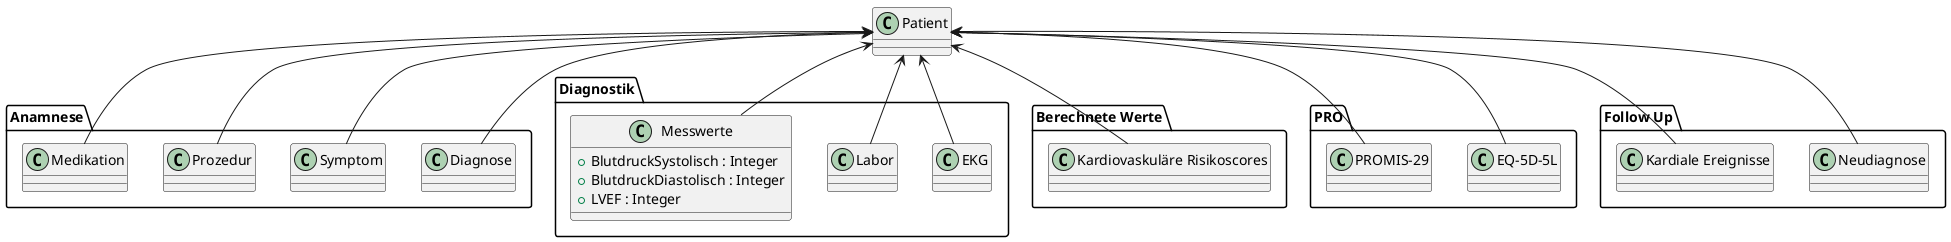
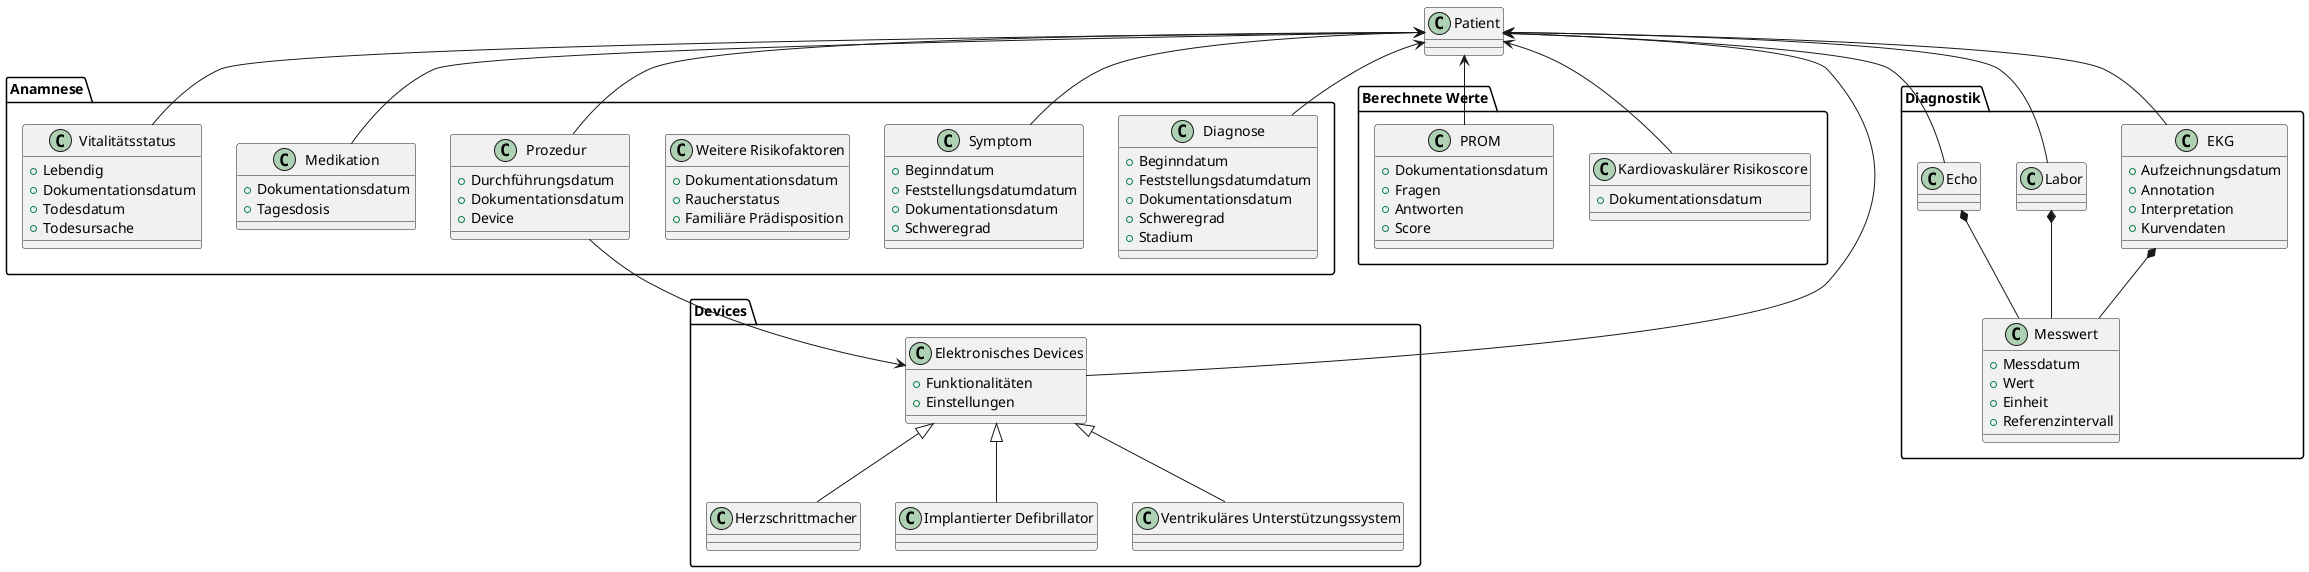
@startuml

class Patient {}

package Anamnese {
-   class Diagnose {}
-   class Symptom {}
-   class Prozedur {}
-   class Medikation {}
- }
+   class Diagnose {
+     + Beginndatum
+     + Feststellungsdatumdatum
+     + Dokumentationsdatum
+     + Schweregrad
+     + Stadium
+   }

- package Diagnostik {
-   class EKG {}
-   class Labor {}
-   class Messwerte {
-     +BlutdruckSystolisch : Integer
-     +BlutdruckDiastolisch : Integer
-     +LVEF : Integer
+   class Symptom {
+     + Beginndatum
+     + Feststellungsdatumdatum
+     + Dokumentationsdatum
+     + Schweregrad
+   }
+   class "Weitere Risikofaktoren" as Risikofaktoren {
+     + Dokumentationsdatum
+     + Raucherstatus
+     + Familiäre Prädisposition
+   }
+ 
+   class Prozedur {
+     + Durchführungsdatum
+     + Dokumentationsdatum
+     + Device
+   }
+   class Medikation {
+     + Dokumentationsdatum
+     + Tagesdosis
+   }
+ 
+   class "Vitalitätsstatus" as Status {
+     + Lebendig
+     + Dokumentationsdatum
+     + Todesdatum
+     + Todesursache
  }
}

package "Berechnete Werte" as BerechneteWerte {
-   class "Kardiovaskuläre Risikoscores" as KRScores {}
- }
- package PRO {
-   class "EQ-5D-5L" as EQ5D5L {}
-   class "PROMIS-29" as PROMIS29 {}
+   class "Kardiovaskulärer Risikoscore" as KRScore {
+     + Dokumentationsdatum
+   }
+   class PROM{
+     + Dokumentationsdatum
+     + Fragen
+     + Antworten
+     + Score
+   }
}

- package "Follow Up" as FollowUp {
-   class Neudiagnose {}
-   class "Kardiale Ereignisse" as KardialeEreignisse {}
+ package Diagnostik {
+   class EKG {
+     + Aufzeichnungsdatum
+     + Annotation
+     + Interpretation
+     + Kurvendaten
+   }
+   class Labor {}
+   class Messwert {
+     + Messdatum
+     + Wert
+     + Einheit
+     + Referenzintervall
+   }
+   class Echo {}
}
+ 
+ package Devices {
+   class "Elektronisches Devices" as EDevice {
+     + Funktionalitäten
+     + Einstellungen
+   }
+   class Herzschrittmacher {}
+   class "Implantierter Defibrillator" as ICD {}
+   class "Ventrikuläres Unterstützungssystem" as VAD {}
+ }
+ ' TODO: Devices generischer? Vielleicht kommen später ja noch weitere dazu

Patient <-- Diagnose
Patient <-- Symptom
Patient <-- Prozedur
Patient <-- Medikation
Patient <-- EKG
Patient <-- Labor
- Patient <-- Messwerte
- Patient <-- KRScores
- Patient <-- EQ5D5L
- Patient <-- PROMIS29
- Patient <-- Neudiagnose
- Patient <-- KardialeEreignisse
+ Patient <-- Echo
+ Patient <-- KRScore
+ Patient <-- Status
+ Patient <-- PROM
+ Patient <-- EDevice
+ EKG *-- Messwert
+ Labor *-- Messwert
+ Echo *-- Messwert
+ EDevice <|-- Herzschrittmacher
+ EDevice <|-- ICD
+ EDevice <|-- VAD
+ Prozedur --> EDevice

@enduml